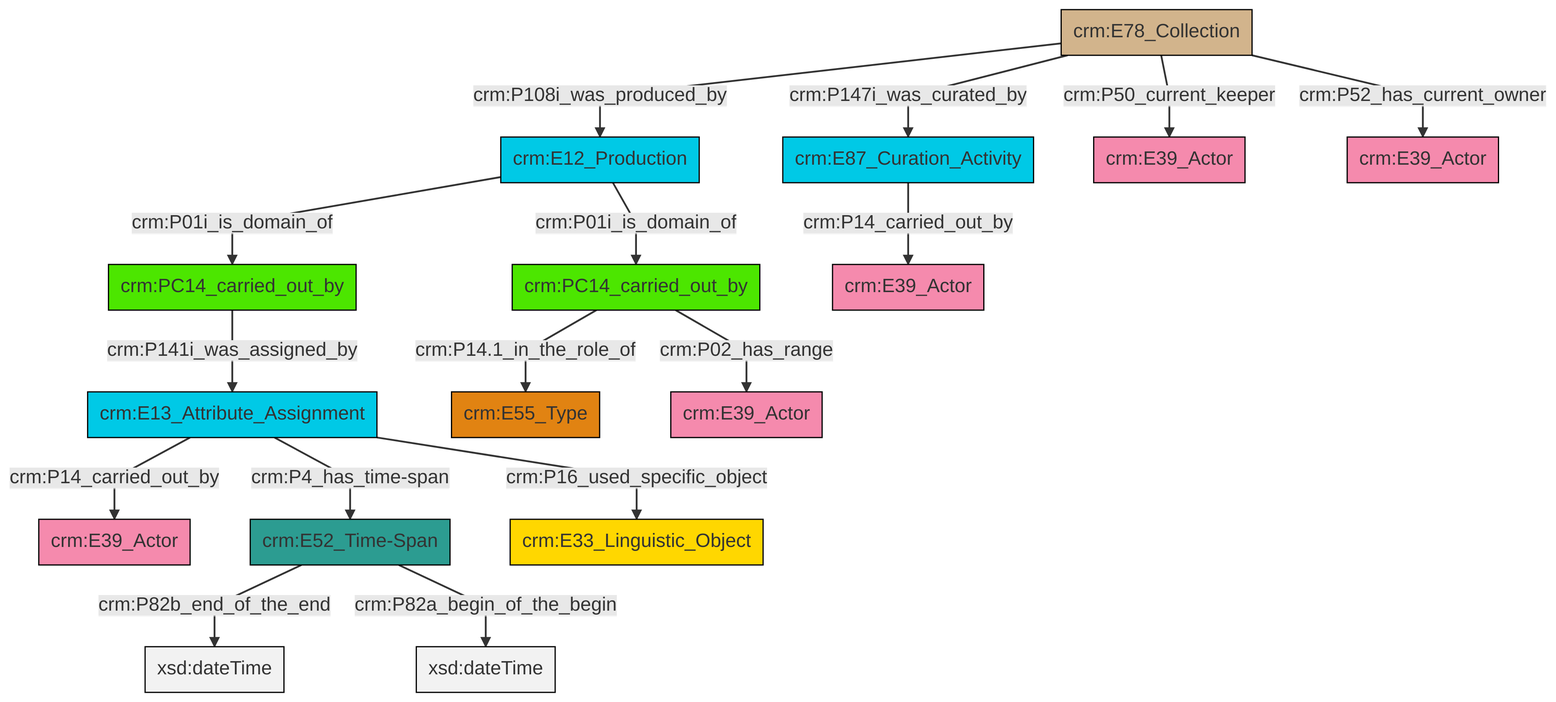
The Mermaid diagram et/archivalCSV/ttl/mmd/png/archival_relation.png in swiss-art-research-net/docs.swissartresearch, before a commit. Its source is kept beside it as et/archivalCSV/ttl/mmd/archival_relation.ttl.mmd.
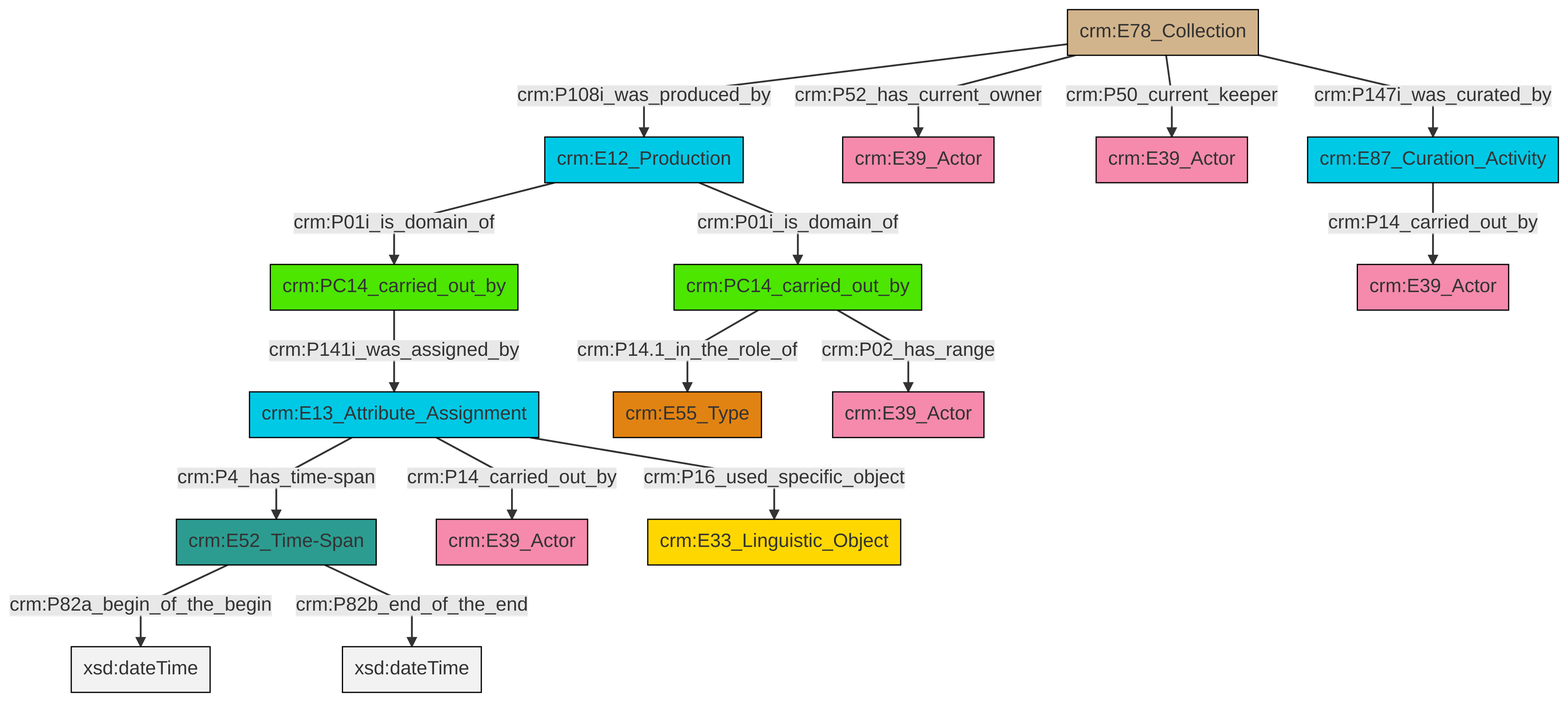
The same file after the commit.

Diff of the diagram source:
```diff
@@ -13,18 +13,18 @@
 classDef PC_Classes fill:#4ce600, stroke:#000000;
 classDef Multi fill:#cccccc,stroke:#000000;
 
-2["crm:E13_Attribute_Assignment"]:::Temporal_Entity -->|crm:P14_carried_out_by| 3["crm:E39_Actor"]:::Actor
-6["crm:E12_Production"]:::Temporal_Entity -->|crm:P01i_is_domain_of| 7["crm:PC14_carried_out_by"]:::PC_Classes
-2["crm:E13_Attribute_Assignment"]:::Temporal_Entity -->|crm:P4_has_time-span| 4["crm:E52_Time-Span"]:::Time-Span
-6["crm:E12_Production"]:::Temporal_Entity -->|crm:P01i_is_domain_of| 10["crm:PC14_carried_out_by"]:::PC_Classes
-8["crm:E78_Collection"]:::Physical_Thing -->|crm:P50_current_keeper| 11["crm:E39_Actor"]:::Actor
-8["crm:E78_Collection"]:::Physical_Thing -->|crm:P52_has_current_owner| 12["crm:E39_Actor"]:::Actor
-4["crm:E52_Time-Span"]:::Time-Span -->|crm:P82b_end_of_the_end| 14[xsd:dateTime]:::Literal
-10["crm:PC14_carried_out_by"]:::PC_Classes -->|crm:P14.1_in_the_role_of| 16["crm:E55_Type"]:::Type
-8["crm:E78_Collection"]:::Physical_Thing -->|crm:P108i_was_produced_by| 6["crm:E12_Production"]:::Temporal_Entity
-10["crm:PC14_carried_out_by"]:::PC_Classes -->|crm:P02_has_range| 22["crm:E39_Actor"]:::Actor
-0["crm:E87_Curation_Activity"]:::Temporal_Entity -->|crm:P14_carried_out_by| 17["crm:E39_Actor"]:::Actor
-8["crm:E78_Collection"]:::Physical_Thing -->|crm:P147i_was_curated_by| 0["crm:E87_Curation_Activity"]:::Temporal_Entity
-7["crm:PC14_carried_out_by"]:::PC_Classes -->|crm:P141i_was_assigned_by| 2["crm:E13_Attribute_Assignment"]:::Temporal_Entity
-2["crm:E13_Attribute_Assignment"]:::Temporal_Entity -->|crm:P16_used_specific_object| 20["crm:E33_Linguistic_Object"]:::Conceptual_Object
-4["crm:E52_Time-Span"]:::Time-Span -->|crm:P82a_begin_of_the_begin| 29[xsd:dateTime]:::Literal
+2["crm:E13_Attribute_Assignment"]:::Temporal_Entity -->|crm:P4_has_time-span| 3["crm:E52_Time-Span"]:::Time-Span
+5["crm:E12_Production"]:::Temporal_Entity -->|crm:P01i_is_domain_of| 0["crm:PC14_carried_out_by"]:::PC_Classes
+13["crm:E78_Collection"]:::Physical_Thing -->|crm:P50_current_keeper| 14["crm:E39_Actor"]:::Actor
+0["crm:PC14_carried_out_by"]:::PC_Classes -->|crm:P141i_was_assigned_by| 2["crm:E13_Attribute_Assignment"]:::Temporal_Entity
+5["crm:E12_Production"]:::Temporal_Entity -->|crm:P01i_is_domain_of| 7["crm:PC14_carried_out_by"]:::PC_Classes
+19["crm:E87_Curation_Activity"]:::Temporal_Entity -->|crm:P14_carried_out_by| 20["crm:E39_Actor"]:::Actor
+3["crm:E52_Time-Span"]:::Time-Span -->|crm:P82a_begin_of_the_begin| 22[xsd:dateTime]:::Literal
+13["crm:E78_Collection"]:::Physical_Thing -->|crm:P147i_was_curated_by| 19["crm:E87_Curation_Activity"]:::Temporal_Entity
+3["crm:E52_Time-Span"]:::Time-Span -->|crm:P82b_end_of_the_end| 25[xsd:dateTime]:::Literal
+7["crm:PC14_carried_out_by"]:::PC_Classes -->|crm:P14.1_in_the_role_of| 15["crm:E55_Type"]:::Type
+13["crm:E78_Collection"]:::Physical_Thing -->|crm:P108i_was_produced_by| 5["crm:E12_Production"]:::Temporal_Entity
+2["crm:E13_Attribute_Assignment"]:::Temporal_Entity -->|crm:P14_carried_out_by| 9["crm:E39_Actor"]:::Actor
+2["crm:E13_Attribute_Assignment"]:::Temporal_Entity -->|crm:P16_used_specific_object| 17["crm:E33_Linguistic_Object"]:::Conceptual_Object
+7["crm:PC14_carried_out_by"]:::PC_Classes -->|crm:P02_has_range| 27["crm:E39_Actor"]:::Actor
+13["crm:E78_Collection"]:::Physical_Thing -->|crm:P52_has_current_owner| 11["crm:E39_Actor"]:::Actor
```
